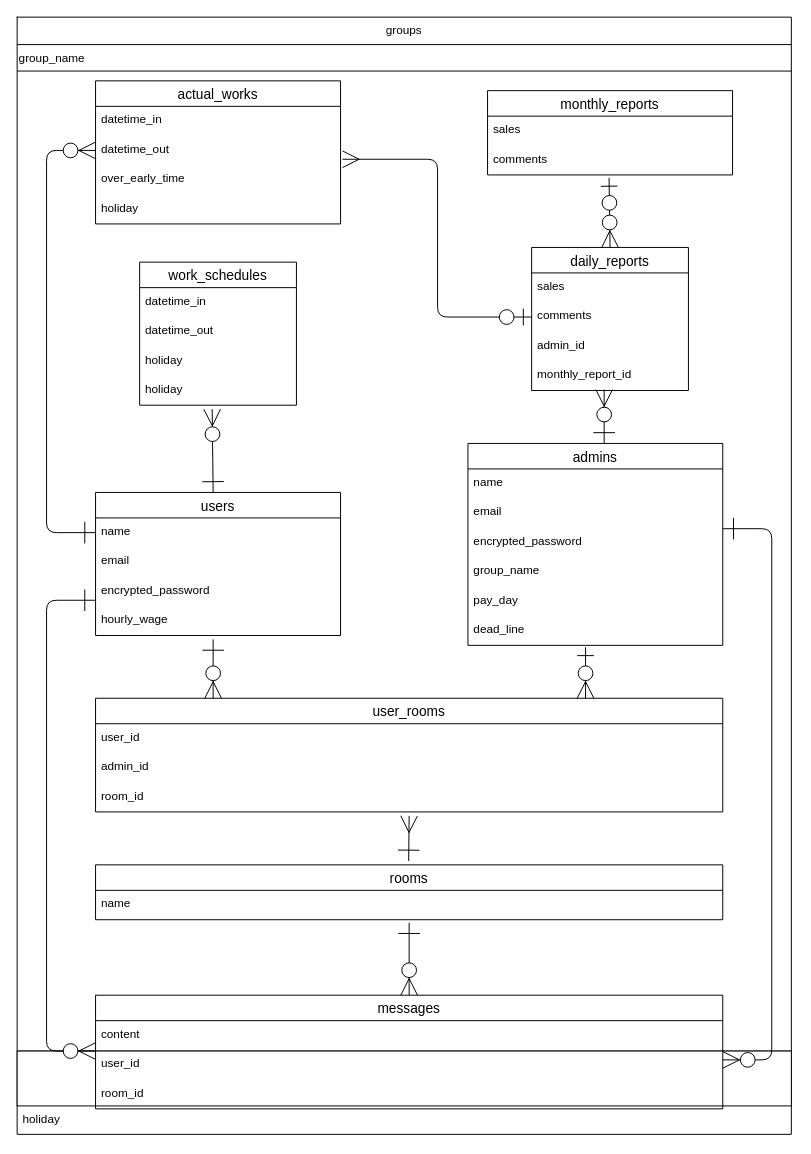
yohei-ota/shift-success keeps this draw.io diagram as SS_er.dio. Above is the earlier version. Source tidied: cells renumbered, new cells numbered last; positions are measured from the earlier drawing's top-left corner, leaving out a move shared by most shapes. Both pictures are drawn from the tidied source at 98%, with x=0, y=0 at pixel (17, 17).
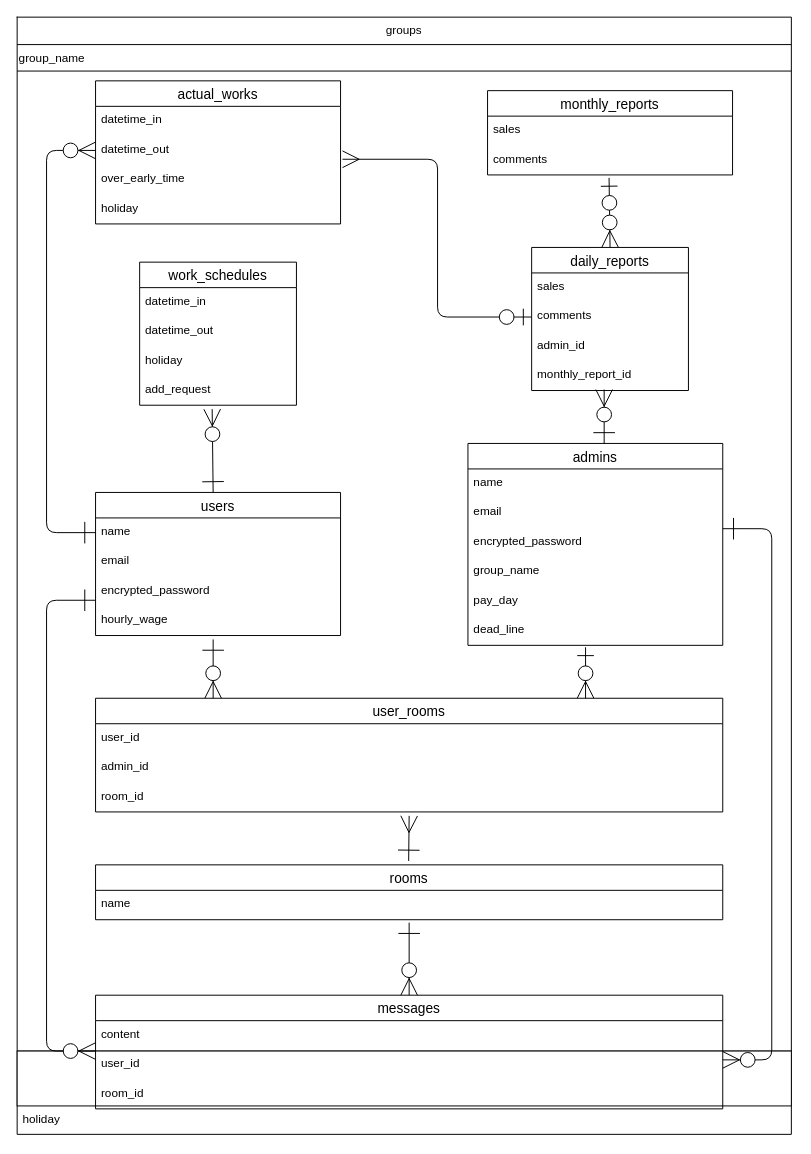
The same diagram, later.

Unchanged cells that the change refers to:
```xml
<mxCell id="11" value="work_schedules" style="swimlane;fontStyle=0;horizontal=1;startSize=26;align=center;fontSize=14;" parent="1" vertex="1">
  <mxGeometry x="125" y="250" width="160" height="146" as="geometry" />
</mxCell>
```

Diff of the diagram source:
```diff
@@
-    <mxCell id="15" value="holiday" style="text;strokeColor=none;fillColor=none;spacingLeft=4;spacingRight=4;overflow=hidden;fontSize=12;" parent="11" vertex="1">
+    <mxCell id="15" value="add_request" style="text;strokeColor=none;fillColor=none;spacingLeft=4;spacingRight=4;overflow=hidden;fontSize=12;" parent="11" vertex="1">
       <mxGeometry y="116" width="160" height="30" as="geometry" />
     </mxCell>
```
